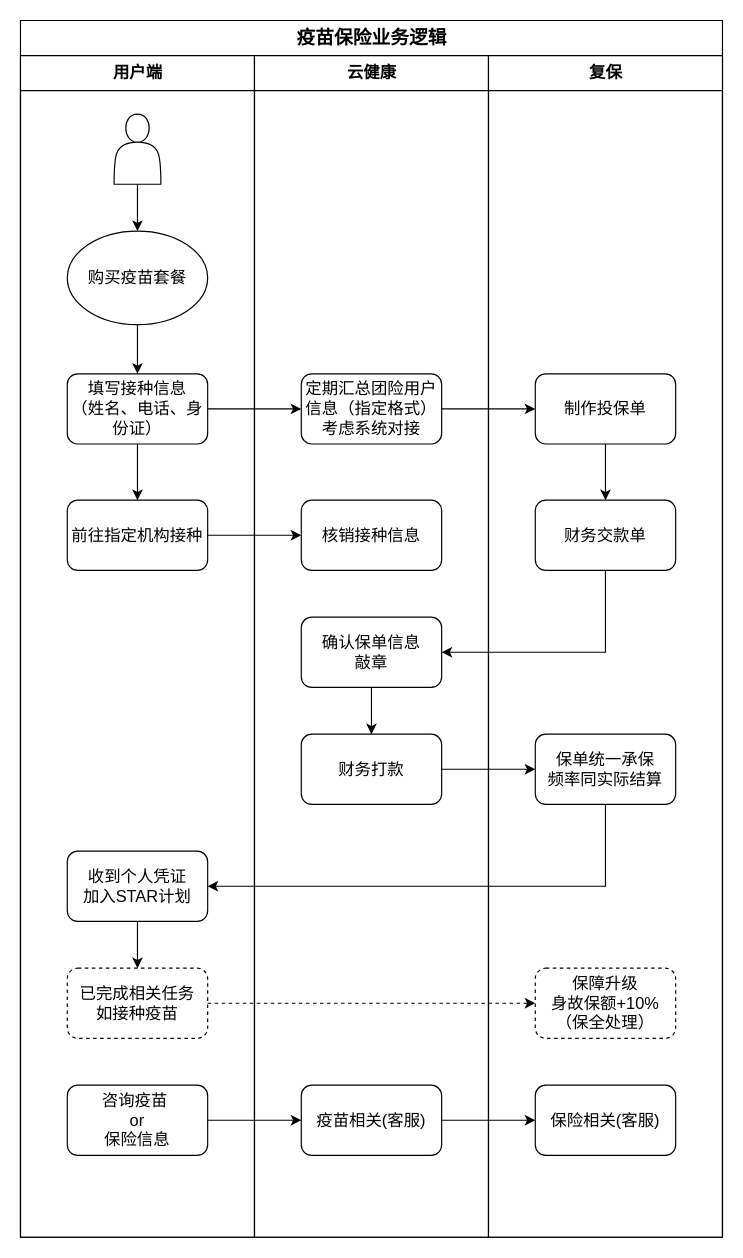
wangwwzj/www keeps this draw.io diagram as Untitled Diagram.drawio. Above is the earlier version. Source tidied: cells renumbered, new cells numbered last; positions are measured from the earlier drawing's top-left corner, leaving out a move shared by most shapes. Both pictures are drawn from the tidied source at 117%, with x=0, y=0 at pixel (20, 20).
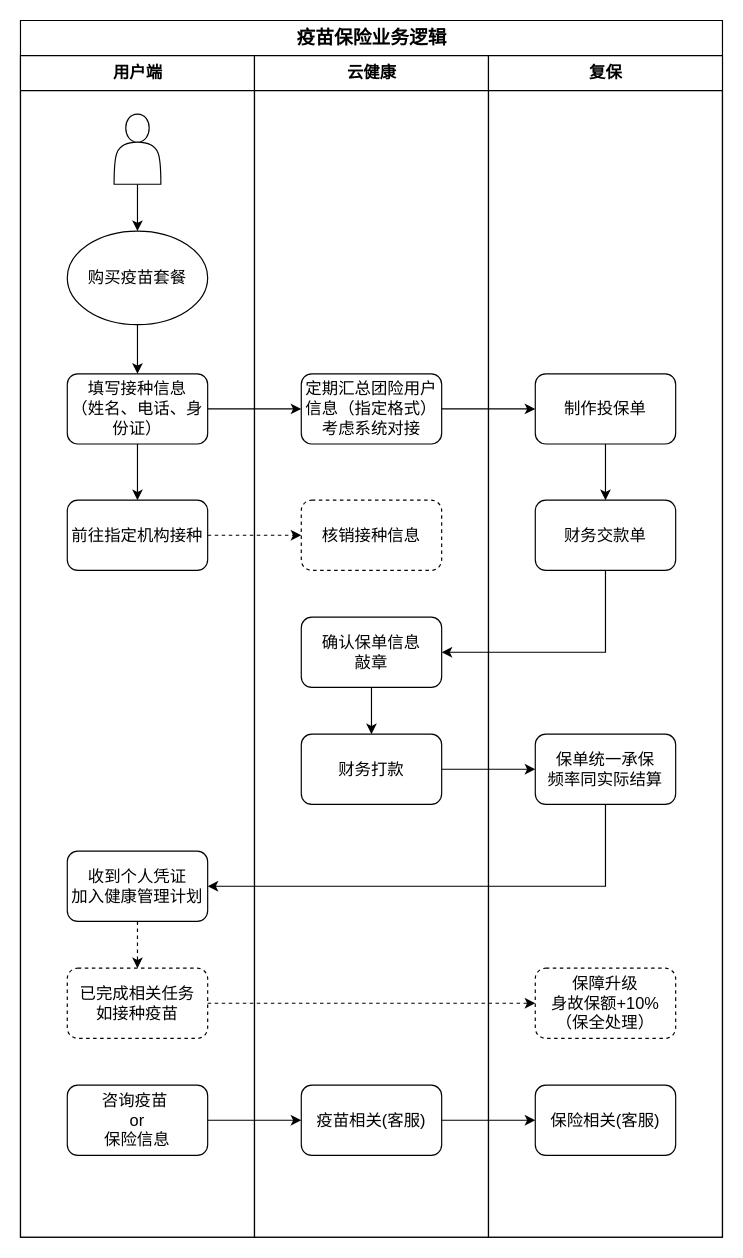
The same diagram, later.

Unchanged cells that the change refers to:
```xml
<mxCell id="2" value="疫苗保险业务逻辑" style="swimlane;html=1;startSize=30;fontSize=16;" parent="1" vertex="1">
  <mxGeometry width="600" height="1040" as="geometry" />
</mxCell>
<mxCell id="3" value="用户端" style="swimlane;html=1;startSize=30;fontSize=14;" parent="2" vertex="1">
  <mxGeometry y="30" width="200" height="1010" as="geometry" />
</mxCell>
<mxCell id="10" value="前往指定机构接种" style="whiteSpace=wrap;html=1;rounded=1;fontSize=14;" parent="3" vertex="1">
  <mxGeometry x="40" y="380" width="120" height="60" as="geometry" />
</mxCell>
<mxCell id="13" value="已完成相关任务&lt;br&gt;如接种疫苗" style="whiteSpace=wrap;html=1;rounded=1;fontSize=14;dashed=1;" parent="3" vertex="1">
  <mxGeometry x="40" y="780" width="120" height="60" as="geometry" />
</mxCell>
<mxCell id="15" value="云健康" style="swimlane;html=1;startSize=30;fontSize=14;" parent="2" vertex="1">
  <mxGeometry x="200" y="30" width="200" height="1010" as="geometry" />
</mxCell>
<mxCell id="27" value="保单统一承保&lt;br&gt;频率同实际结算" style="whiteSpace=wrap;html=1;rounded=1;fontSize=14;" parent="22" vertex="1">
  <mxGeometry x="40" y="580" width="120" height="60" as="geometry" />
</mxCell>
```

Change to the diagram source:
```diff
@@
-    <mxCell id="11" value="收到个人凭证&lt;br&gt;加入STAR计划" style="rounded=1;whiteSpace=wrap;html=1;fontSize=14;" parent="3" vertex="1">
-      <mxGeometry x="40" y="680" width="120" height="60" as="geometry" />
-    </mxCell>
-    <mxCell id="12" style="edgeStyle=orthogonalEdgeStyle;rounded=0;jettySize=auto;html=1;fontSize=14;" parent="3" edge="1" source="11" target="13">
-      <mxGeometry relative="1" as="geometry" />
-    </mxCell>
+    <mxCell id="38" value="收到个人凭证&lt;br&gt;加入健康管理计划" style="rounded=1;whiteSpace=wrap;html=1;fontSize=14;" parent="3" vertex="1">
+      <mxGeometry x="40" y="680" width="120" height="60" as="geometry" />
+    </mxCell>
+    <mxCell id="39" style="edgeStyle=orthogonalEdgeStyle;rounded=0;jettySize=auto;html=1;fontSize=14;dashed=1;" parent="3" edge="1" source="38" target="13">
+      <mxGeometry relative="1" as="geometry" />
+    </mxCell>
@@
-    <mxCell id="17" value="核销接种信息" style="whiteSpace=wrap;html=1;rounded=1;fontSize=14;" parent="15" vertex="1">
+    <mxCell id="17" value="核销接种信息" style="whiteSpace=wrap;html=1;rounded=1;fontSize=14;dashed=1;" parent="15" vertex="1">
       <mxGeometry x="40" y="380" width="120" height="60" as="geometry" />
     </mxCell>
@@
-    <mxCell id="31" style="edgeStyle=orthogonalEdgeStyle;rounded=0;jettySize=auto;html=1;fontSize=14;" parent="2" edge="1" source="10" target="17">
+    <mxCell id="31" style="edgeStyle=orthogonalEdgeStyle;rounded=0;jettySize=auto;html=1;fontSize=14;dashed=1;" parent="2" edge="1" source="10" target="17">
       <mxGeometry relative="1" as="geometry" />
     </mxCell>
@@
-    <mxCell id="34" style="edgeStyle=orthogonalEdgeStyle;rounded=0;jettySize=auto;html=1;exitX=0.5;exitY=1;exitDx=0;exitDy=0;entryX=1;entryY=0.5;entryDx=0;entryDy=0;fontSize=14;" parent="2" edge="1" source="27" target="11">
-      <mxGeometry relative="1" as="geometry" />
-    </mxCell>
+    <mxCell id="40" style="edgeStyle=orthogonalEdgeStyle;rounded=0;jettySize=auto;html=1;exitX=0.5;exitY=1;exitDx=0;exitDy=0;entryX=1;entryY=0.5;entryDx=0;entryDy=0;fontSize=14;" parent="2" edge="1" source="27" target="38">
+      <mxGeometry relative="1" as="geometry" />
+    </mxCell>
```
